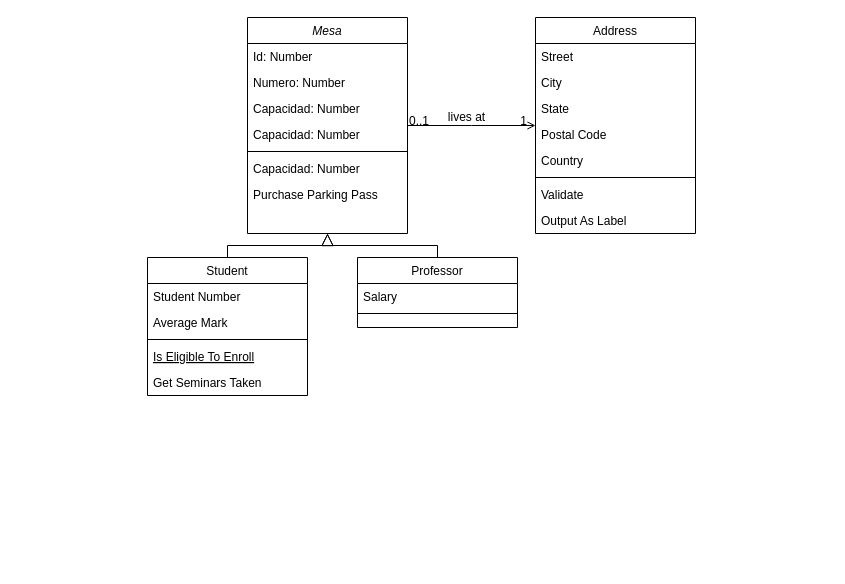
Above: Untitled Diagram.drawio in TobiasAltamirano/tables-manager (draw.io), before the change. Source tidied: cells renumbered, new cells numbered last; positions are measured from the earlier drawing's top-left corner, leaving out a move shared by most shapes. Both pictures are drawn from the tidied source at 100%, with x=0, y=0 at pixel (147, 17).
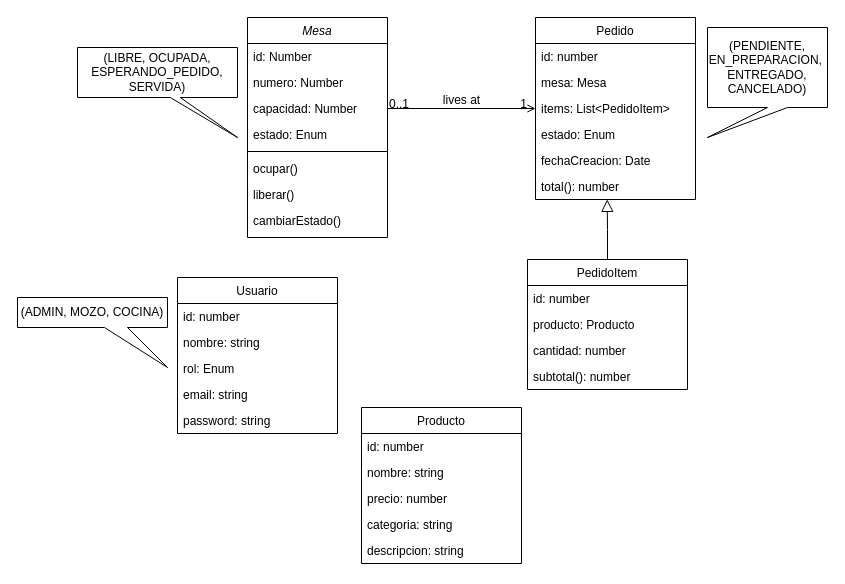
The same page after the edit.

Diff of the diagram source:
```diff
@@
     <mxCell id="2" value="Mesa" style="swimlane;fontStyle=2;align=center;verticalAlign=top;horizontal=1;startSize=26;rounded=0;shadow=0;strokeWidth=1;" parent="1" vertex="1">
-      <mxGeometry x="100" width="160" height="216" as="geometry" />
+      <mxGeometry x="100" width="140" height="220" as="geometry" />
     </mxCell>
-    <mxCell id="3" value="Id: Number" style="text;align=left;verticalAlign=top;spacingLeft=4;spacingRight=4;overflow=hidden;" parent="2" vertex="1">
-      <mxGeometry y="26" width="160" height="26" as="geometry" />
+    <mxCell id="3" value="id: Number" style="text;align=left;verticalAlign=top;spacingLeft=4;spacingRight=4;overflow=hidden;" parent="2" vertex="1">
+      <mxGeometry y="26" width="140" height="26" as="geometry" />
     </mxCell>
-    <mxCell id="4" value="Numero: Number" style="text;align=left;verticalAlign=top;spacingLeft=4;spacingRight=4;overflow=hidden;rounded=0;shadow=0;html=0;" parent="2" vertex="1">
-      <mxGeometry y="52" width="160" height="26" as="geometry" />
+    <mxCell id="4" value="numero: Number" style="text;align=left;verticalAlign=top;spacingLeft=4;spacingRight=4;overflow=hidden;rounded=0;shadow=0;html=0;" parent="2" vertex="1">
+      <mxGeometry y="52" width="140" height="26" as="geometry" />
     </mxCell>
-    <mxCell id="5" value="Capacidad: Number&#10;" style="text;align=left;verticalAlign=top;spacingLeft=4;spacingRight=4;overflow=hidden;rounded=0;shadow=0;html=0;" parent="2" vertex="1">
-      <mxGeometry y="78" width="160" height="26" as="geometry" />
+    <mxCell id="5" value="capacidad: Number&#10;" style="text;align=left;verticalAlign=top;spacingLeft=4;spacingRight=4;overflow=hidden;rounded=0;shadow=0;html=0;" parent="2" vertex="1">
+      <mxGeometry y="78" width="140" height="26" as="geometry" />
     </mxCell>
-    <mxCell id="6" value="Capacidad: Number&#10;" style="text;align=left;verticalAlign=top;spacingLeft=4;spacingRight=4;overflow=hidden;rounded=0;shadow=0;html=0;" parent="2" vertex="1">
-      <mxGeometry y="104" width="160" height="26" as="geometry" />
+    <mxCell id="6" value="estado: Enum" style="text;align=left;verticalAlign=top;spacingLeft=4;spacingRight=4;overflow=hidden;rounded=0;shadow=0;html=0;" parent="2" vertex="1">
+      <mxGeometry y="104" width="140" height="26" as="geometry" />
     </mxCell>
     <mxCell id="7" style="line;html=1;strokeWidth=1;align=left;verticalAlign=middle;spacingTop=-1;spacingLeft=3;spacingRight=3;labelPosition=right;" parent="2" vertex="1">
-      <mxGeometry y="130" width="160" height="8" as="geometry" />
+      <mxGeometry y="130" width="140" height="8" as="geometry" />
     </mxCell>
-    <mxCell id="8" value="Capacidad: Number&#10;" style="text;align=left;verticalAlign=top;spacingLeft=4;spacingRight=4;overflow=hidden;rounded=0;shadow=0;html=0;" parent="2" vertex="1">
-      <mxGeometry y="138" width="160" height="26" as="geometry" />
-    </mxCell>
-    <mxCell id="9" value="Purchase Parking Pass" style="text;align=left;verticalAlign=top;spacingLeft=4;spacingRight=4;overflow=hidden;" parent="2" vertex="1">
-      <mxGeometry y="164" width="160" height="26" as="geometry" />
+    <mxCell id="9" value="ocupar()" style="text;align=left;verticalAlign=top;spacingLeft=4;spacingRight=4;overflow=hidden;" parent="2" vertex="1">
+      <mxGeometry y="138" width="140" height="26" as="geometry" />
     </mxCell>
+    <mxCell id="34" value="liberar()" style="text;align=left;verticalAlign=top;spacingLeft=4;spacingRight=4;overflow=hidden;" parent="2" vertex="1">
+      <mxGeometry y="164" width="140" height="26" as="geometry" />
+    </mxCell>
+    <mxCell id="35" value="cambiarEstado()" style="text;align=left;verticalAlign=top;spacingLeft=4;spacingRight=4;overflow=hidden;" parent="2" vertex="1">
+      <mxGeometry y="190" width="140" height="26" as="geometry" />
+    </mxCell>
-    <mxCell id="10" value="Student" style="swimlane;fontStyle=0;align=center;verticalAlign=top;horizontal=1;startSize=26;rounded=0;shadow=0;strokeWidth=1;" parent="1" vertex="1">
-      <mxGeometry y="240" width="160" height="138" as="geometry" />
+    <mxCell id="10" value="Producto" style="swimlane;fontStyle=0;align=center;verticalAlign=top;horizontal=1;startSize=26;rounded=0;shadow=0;strokeWidth=1;" parent="1" vertex="1">
+      <mxGeometry x="214" y="390" width="160" height="156" as="geometry" />
     </mxCell>
-    <mxCell id="11" value="Student Number" style="text;align=left;verticalAlign=top;spacingLeft=4;spacingRight=4;overflow=hidden;" parent="10" vertex="1">
+    <mxCell id="11" value="id: number" style="text;align=left;verticalAlign=top;spacingLeft=4;spacingRight=4;overflow=hidden;" parent="10" vertex="1">
       <mxGeometry y="26" width="160" height="26" as="geometry" />
     </mxCell>
-    <mxCell id="12" value="Average Mark" style="text;align=left;verticalAlign=top;spacingLeft=4;spacingRight=4;overflow=hidden;rounded=0;shadow=0;html=0;" parent="10" vertex="1">
+    <mxCell id="12" value="nombre: string" style="text;align=left;verticalAlign=top;spacingLeft=4;spacingRight=4;overflow=hidden;rounded=0;shadow=0;html=0;" parent="10" vertex="1">
       <mxGeometry y="52" width="160" height="26" as="geometry" />
     </mxCell>
-    <mxCell id="13" style="line;html=1;strokeWidth=1;align=left;verticalAlign=middle;spacingTop=-1;spacingLeft=3;spacingRight=3;labelPosition=right;" parent="10" vertex="1">
-      <mxGeometry y="78" width="160" height="8" as="geometry" />
-    </mxCell>
-    <mxCell id="14" value="Is Eligible To Enroll" style="text;align=left;verticalAlign=top;spacingLeft=4;spacingRight=4;overflow=hidden;fontStyle=4;" parent="10" vertex="1">
-      <mxGeometry y="86" width="160" height="26" as="geometry" />
-    </mxCell>
-    <mxCell id="15" value="Get Seminars Taken" style="text;align=left;verticalAlign=top;spacingLeft=4;spacingRight=4;overflow=hidden;" parent="10" vertex="1">
-      <mxGeometry y="112" width="160" height="26" as="geometry" />
+    <mxCell id="15" value="precio: number" style="text;align=left;verticalAlign=top;spacingLeft=4;spacingRight=4;overflow=hidden;" parent="10" vertex="1">
+      <mxGeometry y="78" width="160" height="26" as="geometry" />
     </mxCell>
-    <mxCell id="16" style="endArrow=block;endSize=10;endFill=0;shadow=0;strokeWidth=1;rounded=0;curved=0;edgeStyle=elbowEdgeStyle;elbow=vertical;" parent="1" edge="1" source="10" target="2">
-      <mxGeometry relative="1" as="geometry" />
-    </mxCell>
+    <mxCell id="36" value="categoria: string" style="text;align=left;verticalAlign=top;spacingLeft=4;spacingRight=4;overflow=hidden;" parent="10" vertex="1">
+      <mxGeometry y="104" width="160" height="26" as="geometry" />
+    </mxCell>
+    <mxCell id="37" value="descripcion: string" style="text;align=left;verticalAlign=top;spacingLeft=4;spacingRight=4;overflow=hidden;" parent="10" vertex="1">
+      <mxGeometry y="130" width="160" height="26" as="geometry" />
+    </mxCell>
-    <mxCell id="17" value="Professor" style="swimlane;fontStyle=0;align=center;verticalAlign=top;horizontal=1;startSize=26;rounded=0;shadow=0;strokeWidth=1;" parent="1" vertex="1">
-      <mxGeometry x="210" y="240" width="160" height="70" as="geometry" />
+    <mxCell id="17" value="PedidoItem" style="swimlane;fontStyle=0;align=center;verticalAlign=top;horizontal=1;startSize=26;rounded=0;shadow=0;strokeWidth=1;" parent="1" vertex="1">
+      <mxGeometry x="380" y="242" width="160" height="130" as="geometry" />
     </mxCell>
-    <mxCell id="18" value="Salary" style="text;align=left;verticalAlign=top;spacingLeft=4;spacingRight=4;overflow=hidden;" parent="17" vertex="1">
+    <mxCell id="18" value="id: number" style="text;align=left;verticalAlign=top;spacingLeft=4;spacingRight=4;overflow=hidden;" parent="17" vertex="1">
       <mxGeometry y="26" width="160" height="26" as="geometry" />
     </mxCell>
-    <mxCell id="19" style="line;html=1;strokeWidth=1;align=left;verticalAlign=middle;spacingTop=-1;spacingLeft=3;spacingRight=3;labelPosition=right;" parent="17" vertex="1">
-      <mxGeometry y="52" width="160" height="8" as="geometry" />
-    </mxCell>
+    <mxCell id="38" value="producto: Producto" style="text;align=left;verticalAlign=top;spacingLeft=4;spacingRight=4;overflow=hidden;" parent="17" vertex="1">
+      <mxGeometry y="52" width="160" height="26" as="geometry" />
+    </mxCell>
+    <mxCell id="39" value="cantidad: number" style="text;align=left;verticalAlign=top;spacingLeft=4;spacingRight=4;overflow=hidden;" parent="17" vertex="1">
+      <mxGeometry y="78" width="160" height="26" as="geometry" />
+    </mxCell>
+    <mxCell id="40" value="subtotal(): number" style="text;align=left;verticalAlign=top;spacingLeft=4;spacingRight=4;overflow=hidden;" parent="17" vertex="1">
+      <mxGeometry y="104" width="160" height="26" as="geometry" />
+    </mxCell>
-    <mxCell id="20" style="endArrow=block;endSize=10;endFill=0;shadow=0;strokeWidth=1;rounded=0;curved=0;edgeStyle=elbowEdgeStyle;elbow=vertical;" parent="1" edge="1" source="17" target="2">
+    <mxCell id="20" style="endArrow=block;endSize=10;endFill=0;shadow=0;strokeWidth=1;rounded=0;curved=0;edgeStyle=elbowEdgeStyle;elbow=vertical;entryX=0.448;entryY=0.996;entryDx=0;entryDy=0;entryPerimeter=0;exitX=0.5;exitY=0;exitDx=0;exitDy=0;" parent="1" edge="1" source="17" target="28">
       <mxGeometry relative="1" as="geometry" />
     </mxCell>
-    <mxCell id="21" value="Address" style="swimlane;fontStyle=0;align=center;verticalAlign=top;horizontal=1;startSize=26;rounded=0;shadow=0;strokeWidth=1;" parent="1" vertex="1">
-      <mxGeometry x="388" width="160" height="216" as="geometry" />
+    <mxCell id="21" value="Pedido" style="swimlane;fontStyle=0;align=center;verticalAlign=top;horizontal=1;startSize=26;rounded=0;shadow=0;strokeWidth=1;" parent="1" vertex="1">
+      <mxGeometry x="388" width="160" height="182" as="geometry" />
     </mxCell>
-    <mxCell id="22" value="Street" style="text;align=left;verticalAlign=top;spacingLeft=4;spacingRight=4;overflow=hidden;" parent="21" vertex="1">
+    <mxCell id="22" value="id: number" style="text;align=left;verticalAlign=top;spacingLeft=4;spacingRight=4;overflow=hidden;" parent="21" vertex="1">
       <mxGeometry y="26" width="160" height="26" as="geometry" />
     </mxCell>
-    <mxCell id="23" value="City" style="text;align=left;verticalAlign=top;spacingLeft=4;spacingRight=4;overflow=hidden;rounded=0;shadow=0;html=0;" parent="21" vertex="1">
+    <mxCell id="23" value="mesa: Mesa" style="text;align=left;verticalAlign=top;spacingLeft=4;spacingRight=4;overflow=hidden;rounded=0;shadow=0;html=0;" parent="21" vertex="1">
       <mxGeometry y="52" width="160" height="26" as="geometry" />
     </mxCell>
-    <mxCell id="24" value="State" style="text;align=left;verticalAlign=top;spacingLeft=4;spacingRight=4;overflow=hidden;rounded=0;shadow=0;html=0;" parent="21" vertex="1">
+    <mxCell id="24" value="items: List&lt;PedidoItem&gt;" style="text;align=left;verticalAlign=top;spacingLeft=4;spacingRight=4;overflow=hidden;rounded=0;shadow=0;html=0;" parent="21" vertex="1">
       <mxGeometry y="78" width="160" height="26" as="geometry" />
     </mxCell>
-    <mxCell id="25" value="Postal Code" style="text;align=left;verticalAlign=top;spacingLeft=4;spacingRight=4;overflow=hidden;rounded=0;shadow=0;html=0;" parent="21" vertex="1">
+    <mxCell id="25" value="estado: Enum" style="text;align=left;verticalAlign=top;spacingLeft=4;spacingRight=4;overflow=hidden;rounded=0;shadow=0;html=0;" parent="21" vertex="1">
       <mxGeometry y="104" width="160" height="26" as="geometry" />
     </mxCell>
-    <mxCell id="26" value="Country" style="text;align=left;verticalAlign=top;spacingLeft=4;spacingRight=4;overflow=hidden;rounded=0;shadow=0;html=0;" parent="21" vertex="1">
+    <mxCell id="26" value="fechaCreacion: Date" style="text;align=left;verticalAlign=top;spacingLeft=4;spacingRight=4;overflow=hidden;rounded=0;shadow=0;html=0;" parent="21" vertex="1">
       <mxGeometry y="130" width="160" height="26" as="geometry" />
     </mxCell>
-    <mxCell id="27" style="line;html=1;strokeWidth=1;align=left;verticalAlign=middle;spacingTop=-1;spacingLeft=3;spacingRight=3;labelPosition=right;" parent="21" vertex="1">
-      <mxGeometry y="156" width="160" height="8" as="geometry" />
-    </mxCell>
-    <mxCell id="28" value="Validate" style="text;align=left;verticalAlign=top;spacingLeft=4;spacingRight=4;overflow=hidden;points=[[0,0.5],[1,0.5]];portConstraint=eastwest;" parent="21" vertex="1">
-      <mxGeometry y="164" width="160" height="26" as="geometry" />
+    <mxCell id="28" value="total(): number" style="text;align=left;verticalAlign=top;spacingLeft=4;spacingRight=4;overflow=hidden;points=[[0,0.5],[1,0.5]];portConstraint=eastwest;" parent="21" vertex="1">
+      <mxGeometry y="156" width="160" height="26" as="geometry" />
     </mxCell>
-    <mxCell id="29" value="Output As Label" style="text;align=left;verticalAlign=top;spacingLeft=4;spacingRight=4;overflow=hidden;" parent="21" vertex="1">
-      <mxGeometry y="190" width="160" height="26" as="geometry" />
-    </mxCell>
@@
+    <mxCell id="41" value="(LIBRE, OCUPADA, ESPERANDO_PEDIDO, SERVIDA)" style="shape=callout;whiteSpace=wrap;html=1;perimeter=calloutPerimeter;base=10;size=40;position=0.58;position2=1;" parent="1" vertex="1">
+      <mxGeometry x="-70" y="30" width="160" height="90" as="geometry" />
+    </mxCell>
+    <mxCell id="42" value="(PENDIENTE, EN_PREPARACION,&amp;nbsp; ENTREGADO, CANCELADO)" style="shape=callout;whiteSpace=wrap;html=1;perimeter=calloutPerimeter;position2=0;" parent="1" vertex="1">
+      <mxGeometry x="560" y="10" width="120" height="110" as="geometry" />
+    </mxCell>
+    <mxCell id="43" value="Usuario" style="swimlane;fontStyle=0;align=center;verticalAlign=top;horizontal=1;startSize=26;rounded=0;shadow=0;strokeWidth=1;" parent="1" vertex="1">
+      <mxGeometry x="30" y="260" width="160" height="156" as="geometry" />
+    </mxCell>
+    <mxCell id="44" value="id: number" style="text;align=left;verticalAlign=top;spacingLeft=4;spacingRight=4;overflow=hidden;" parent="43" vertex="1">
+      <mxGeometry y="26" width="160" height="26" as="geometry" />
+    </mxCell>
+    <mxCell id="45" value="nombre: string" style="text;align=left;verticalAlign=top;spacingLeft=4;spacingRight=4;overflow=hidden;rounded=0;shadow=0;html=0;" parent="43" vertex="1">
+      <mxGeometry y="52" width="160" height="26" as="geometry" />
+    </mxCell>
+    <mxCell id="46" value="rol: Enum" style="text;align=left;verticalAlign=top;spacingLeft=4;spacingRight=4;overflow=hidden;" parent="43" vertex="1">
+      <mxGeometry y="78" width="160" height="26" as="geometry" />
+    </mxCell>
+    <mxCell id="47" value="email: string" style="text;align=left;verticalAlign=top;spacingLeft=4;spacingRight=4;overflow=hidden;" parent="43" vertex="1">
+      <mxGeometry y="104" width="160" height="26" as="geometry" />
+    </mxCell>
+    <mxCell id="48" value="password: string" style="text;align=left;verticalAlign=top;spacingLeft=4;spacingRight=4;overflow=hidden;" parent="43" vertex="1">
+      <mxGeometry y="130" width="160" height="26" as="geometry" />
+    </mxCell>
+    <mxCell id="49" value="(ADMIN, MOZO, COCINA)" style="shape=callout;whiteSpace=wrap;html=1;perimeter=calloutPerimeter;base=23;size=40;position=0.58;position2=1;" parent="1" vertex="1">
+      <mxGeometry x="-130" y="280" width="150" height="70" as="geometry" />
+    </mxCell>
```
